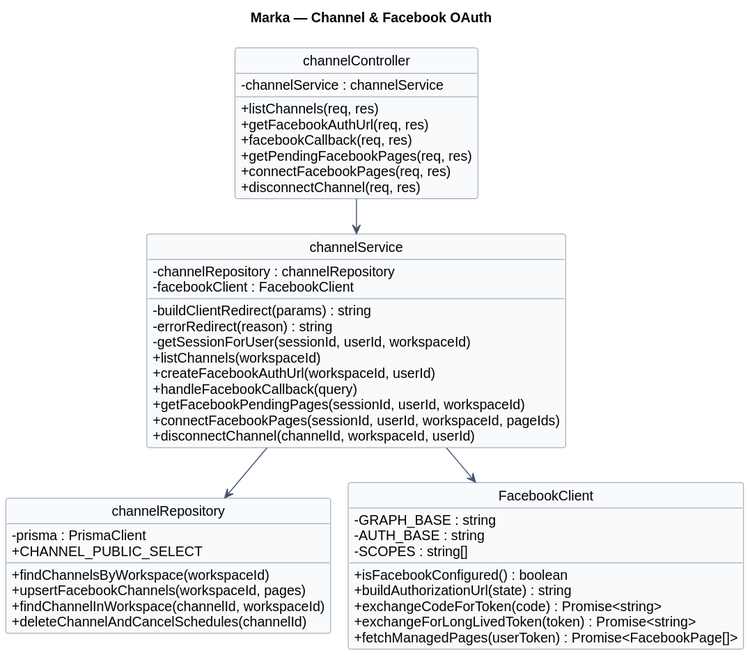
This is docs/diagrams/04-channel.svg from Pham-Hong-Ky/marka-capstone, a PlantUML export, as it was before one commit.
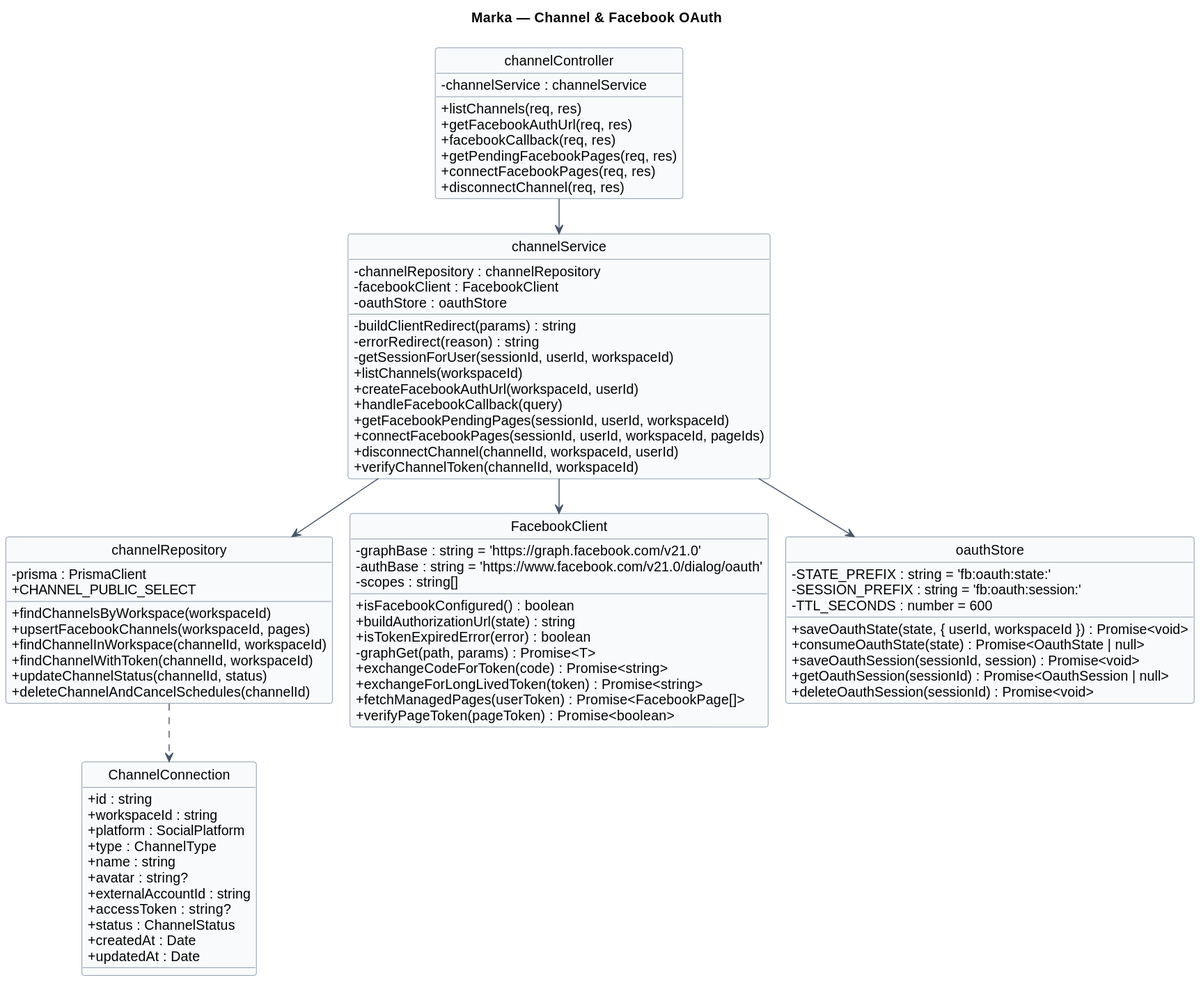
After the change.

Diff of the diagram source:
```diff
@@ -8,12 +8,26 @@
 skinparam linetype ortho
 skinparam shadowing false
 skinparam defaultFontName Arial
-skinparam nodesep 24
-skinparam ranksep 40
+skinparam nodesep 40
+skinparam ranksep 50
 skinparam class {
   BackgroundColor #F8FAFC
   BorderColor #64748B
   ArrowColor #475569
+}
+
+class "ChannelConnection" as ChannelConnection {
+  + id : string
+  + workspaceId : string
+  + platform : SocialPlatform
+  + type : ChannelType
+  + name : string
+  + avatar : string?
+  + externalAccountId : string
+  + accessToken : string?
+  + status : ChannelStatus
+  + createdAt : Date
+  + updatedAt : Date
 }
 
 class "channelController" as channelController {
@@ -29,6 +43,7 @@
 class "channelService" as channelService {
   - channelRepository : channelRepository
   - facebookClient : FacebookClient
+  - oauthStore : oauthStore
   - buildClientRedirect(params) : string
   - errorRedirect(reason) : string
   - getSessionForUser(sessionId, userId, workspaceId)
@@ -38,6 +53,7 @@
   + getFacebookPendingPages(sessionId, userId, workspaceId)
   + connectFacebookPages(sessionId, userId, workspaceId, pageIds)
   + disconnectChannel(channelId, workspaceId, userId)
+  + verifyChannelToken(channelId, workspaceId)
 }
 
 class "channelRepository" as channelRepository {
@@ -46,21 +62,39 @@
   + findChannelsByWorkspace(workspaceId)
   + upsertFacebookChannels(workspaceId, pages)
   + findChannelInWorkspace(channelId, workspaceId)
+  + findChannelWithToken(channelId, workspaceId)
+  + updateChannelStatus(channelId, status)
   + deleteChannelAndCancelSchedules(channelId)
 }
 
 class "FacebookClient" as facebookClient {
-  - GRAPH_BASE : string
-  - AUTH_BASE : string
-  - SCOPES : string[]
+  - graphBase : string = 'https://graph.facebook.com/v21.0'
+  - authBase : string = 'https://www.facebook.com/v21.0/dialog/oauth'
+  - scopes : string[]
   + isFacebookConfigured() : boolean
   + buildAuthorizationUrl(state) : string
+  + isTokenExpiredError(error) : boolean
+  - graphGet(path, params) : Promise<T>
   + exchangeCodeForToken(code) : Promise<string>
   + exchangeForLongLivedToken(token) : Promise<string>
   + fetchManagedPages(userToken) : Promise<FacebookPage[]>
+  + verifyPageToken(pageToken) : Promise<boolean>
+}
+
+class "oauthStore" as oauthStore {
+  - STATE_PREFIX : string = 'fb:oauth:state:'
+  - SESSION_PREFIX : string = 'fb:oauth:session:'
+  - TTL_SECONDS : number = 600
+  + saveOauthState(state, { userId, workspaceId }) : Promise<void>
+  + consumeOauthState(state) : Promise<OauthState | null>
+  + saveOauthSession(sessionId, session) : Promise<void>
+  + getOauthSession(sessionId) : Promise<OauthSession | null>
+  + deleteOauthSession(sessionId) : Promise<void>
 }
 
 channelController --> channelService
 channelService --> channelRepository
 channelService --> facebookClient
+channelService --> oauthStore
+channelRepository ..> ChannelConnection
 @enduml
```
